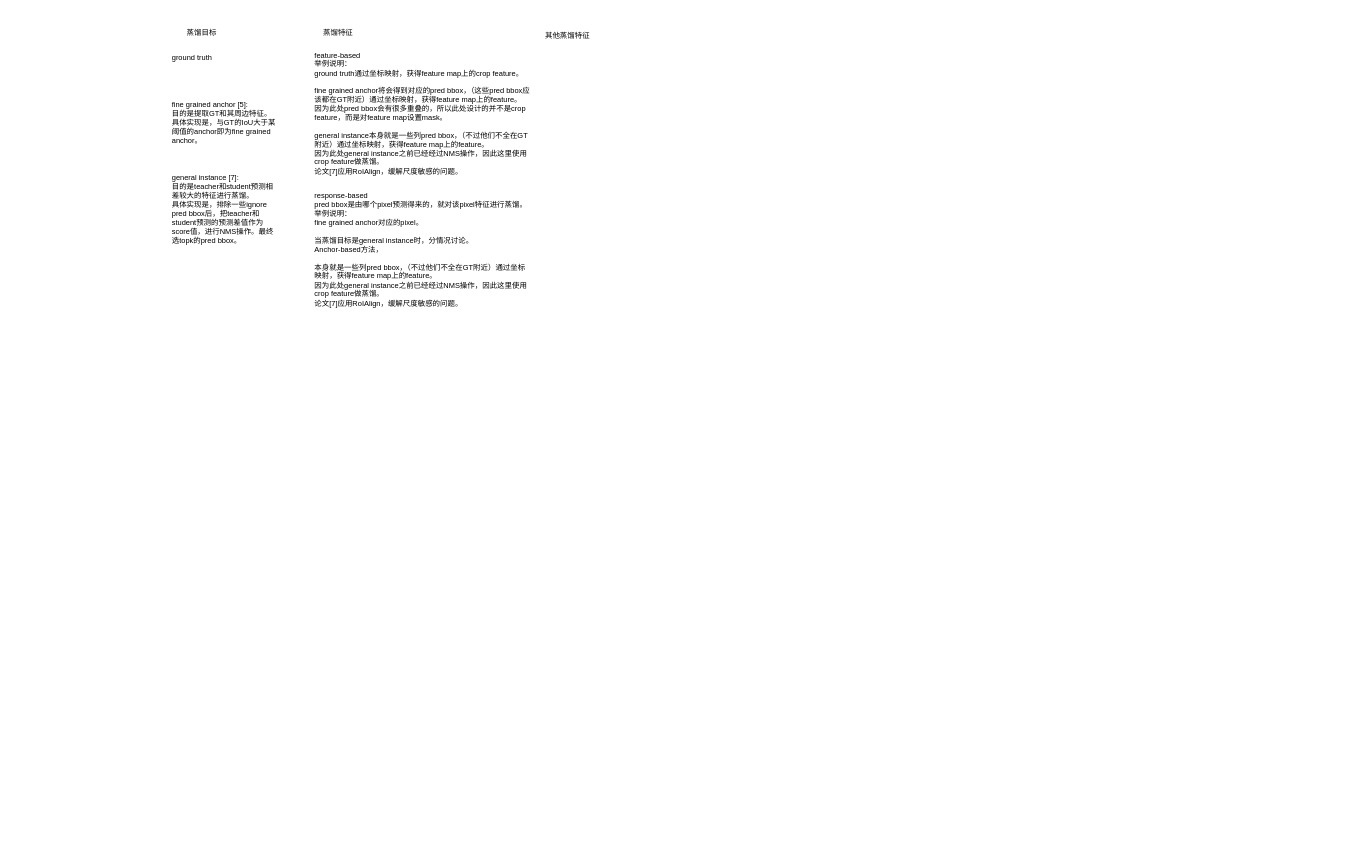
Above: kd_总结.drawio in wennieWN/UML (draw.io), before the change. Source tidied: cells renumbered, new cells numbered last; positions are measured from the earlier drawing's top-left corner, leaving out a move shared by most shapes. Both pictures are drawn from the tidied source at 62%, with x=0, y=0 at pixel (170, 26).
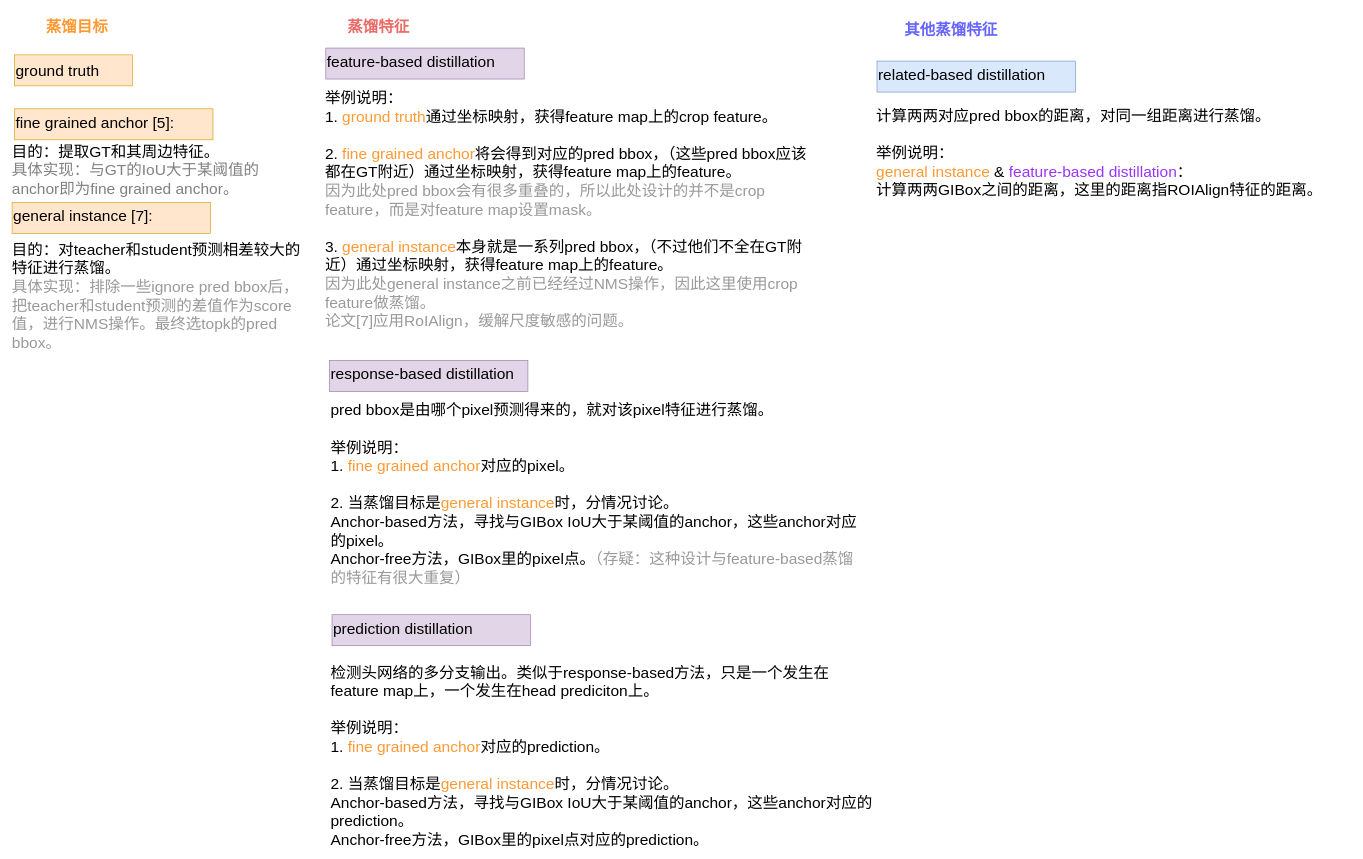
Above is the later version.

What changed in the source:
```diff
@@
 <mxGraphModel>
   <root>
     <mxCell id="0" />
     <mxCell id="1" parent="0" />
-    <mxCell id="2" value="蒸馏目标" style="text;html=1;strokeColor=none;fillColor=none;align=center;verticalAlign=middle;whiteSpace=wrap;rounded=0;" parent="1" vertex="1">
-      <mxGeometry width="100" height="20" as="geometry" />
+    <mxCell id="2" value="蒸馏目标" style="text;html=1;strokeColor=none;fillColor=none;align=center;verticalAlign=middle;whiteSpace=wrap;rounded=0;labelBackgroundColor=#ffffff;fontSize=25;fontColor=#FF9933;fontStyle=1;" parent="1" vertex="1">
+      <mxGeometry x="-242" y="-25.5" width="182" height="48" as="geometry" />
     </mxCell>
-    <mxCell id="3" value="蒸馏特征" style="text;html=1;strokeColor=none;fillColor=none;align=center;verticalAlign=middle;whiteSpace=wrap;rounded=0;" parent="1" vertex="1">
-      <mxGeometry x="220" width="100" height="20" as="geometry" />
+    <mxCell id="3" value="蒸馏特征" style="text;html=1;strokeColor=none;fillColor=none;align=center;verticalAlign=middle;whiteSpace=wrap;rounded=0;fontSize=25;fontStyle=1;fontColor=#EA6B66;" parent="1" vertex="1">
+      <mxGeometry x="260" y="-23" width="150" height="43" as="geometry" />
     </mxCell>
-    <mxCell id="4" value="其他蒸馏特征" style="text;html=1;strokeColor=none;fillColor=none;align=center;verticalAlign=middle;whiteSpace=wrap;rounded=0;" parent="1" vertex="1">
-      <mxGeometry x="580" width="120" height="30" as="geometry" />
+    <mxCell id="4" value="其他蒸馏特征" style="text;html=1;strokeColor=none;fillColor=none;align=center;verticalAlign=middle;whiteSpace=wrap;rounded=0;fontColor=#6666FF;fontStyle=1;fontSize=25;" parent="1" vertex="1">
+      <mxGeometry x="1161" y="-17" width="195" height="43" as="geometry" />
     </mxCell>
-    <mxCell id="5" value="ground truth" style="text;html=1;strokeColor=none;fillColor=none;align=left;verticalAlign=middle;whiteSpace=wrap;rounded=0;" parent="1" vertex="1">
-      <mxGeometry y="40" width="100" height="20" as="geometry" />
+    <mxCell id="5" value="ground truth" style="text;html=1;strokeColor=#d79b00;fillColor=#ffe6cc;align=left;verticalAlign=middle;whiteSpace=wrap;rounded=0;fontSize=25;" parent="1" vertex="1">
+      <mxGeometry x="-252" y="46" width="190" height="50" as="geometry" />
     </mxCell>
-    <mxCell id="6" value="feature-based&lt;br&gt;举例说明：&lt;br&gt;ground truth通过坐标映射，获得feature map上的crop feature。&lt;br&gt;&lt;br&gt;fine grained anchor将会得到对应的pred bbox，（这些pred bbox应该都在GT附近）通过坐标映射，获得feature map上的feature。&lt;br&gt;因为此处pred bbox会有很多重叠的，所以此处设计的并不是crop feature，而是对feature map设置mask。&lt;br&gt;&lt;br&gt;general instance本身就是一些列pred bbox，（不过他们不全在GT附近）通过坐标映射，获得feature map上的feature。&lt;br&gt;因为此处general instance之前已经经过NMS操作，因此这里使用crop feature做蒸馏。&lt;br&gt;论文[7]应用RoIAlign，缓解尺度敏感的问题。" style="text;html=1;strokeColor=none;fillColor=none;align=left;verticalAlign=middle;whiteSpace=wrap;rounded=0;" parent="1" vertex="1">
-      <mxGeometry x="230" y="40" width="350" height="200" as="geometry" />
+    <mxCell id="6" value="举例说明：&lt;br style=&quot;font-size: 25px;&quot;&gt;1. &lt;font color=&quot;#ff9933&quot; style=&quot;font-size: 25px;&quot;&gt;ground truth&lt;/font&gt;通过坐标映射，获得feature map上的crop feature。&lt;br style=&quot;font-size: 25px;&quot;&gt;&lt;br style=&quot;font-size: 25px;&quot;&gt;2. &lt;font color=&quot;#ff9933&quot; style=&quot;font-size: 25px;&quot;&gt;fine grained anchor&lt;/font&gt;将会得到对应的pred bbox，（这些pred bbox应该都在GT附近）通过坐标映射，获得feature map上的feature。&lt;br style=&quot;font-size: 25px;&quot;&gt;&lt;font color=&quot;#999999&quot; style=&quot;font-size: 25px;&quot;&gt;因为此处pred bbox会有很多重叠的，所以此处设计的并不是crop feature，而是对feature map设置mask。&lt;/font&gt;&lt;br style=&quot;font-size: 25px;&quot;&gt;&lt;br style=&quot;font-size: 25px;&quot;&gt;3. &lt;font color=&quot;#ff9933&quot; style=&quot;font-size: 25px;&quot;&gt;general instance&lt;/font&gt;本身就是一系列pred bbox，（不过他们不全在GT附近）通过坐标映射，获得feature map上的feature。&lt;br style=&quot;font-size: 25px;&quot;&gt;&lt;font color=&quot;#999999&quot; style=&quot;font-size: 25px;&quot;&gt;因为此处general instance之前已经经过NMS操作，因此这里使用crop feature做蒸馏。&lt;br style=&quot;font-size: 25px;&quot;&gt;论文[7]应用RoIAlign，缓解尺度敏感的问题。&lt;/font&gt;" style="text;html=1;strokeColor=none;fillColor=none;align=left;verticalAlign=middle;whiteSpace=wrap;rounded=0;fontSize=25;" parent="1" vertex="1">
+      <mxGeometry x="247" y="96" width="793" height="396" as="geometry" />
     </mxCell>
-    <mxCell id="7" value="fine grained anchor [5]:&lt;br&gt;目的是提取GT和其周边特征。具体实现是，与GT的IoU大于某阈值的anchor即为fine grained anchor。" style="text;html=1;strokeColor=none;fillColor=none;align=left;verticalAlign=middle;whiteSpace=wrap;rounded=0;" parent="1" vertex="1">
-      <mxGeometry y="100" width="170" height="110" as="geometry" />
+    <mxCell id="7" value="目的：提取GT和其周边特征。&lt;br style=&quot;font-size: 25px;&quot;&gt;&lt;font color=&quot;#808080&quot; style=&quot;font-size: 25px;&quot;&gt;具体实现：与GT的IoU大于某阈值的anchor即为fine grained anchor。&lt;/font&gt;" style="text;html=1;strokeColor=none;fillColor=none;align=left;verticalAlign=middle;whiteSpace=wrap;rounded=0;fontSize=25;" parent="1" vertex="1">
+      <mxGeometry x="-258" y="201" width="476" height="60" as="geometry" />
     </mxCell>
-    <mxCell id="8" value="general instance [7]:&lt;br&gt;目的是teacher和student预测相差较大的特征进行蒸馏。&lt;br&gt;具体实现是，排除一些ignore pred bbox后，把teacher和student预测的预测差值作为score值，进行NMS操作。最终选topk的pred bbox。" style="text;html=1;strokeColor=none;fillColor=none;align=left;verticalAlign=middle;whiteSpace=wrap;rounded=0;" parent="1" vertex="1">
-      <mxGeometry y="240" width="170" height="110" as="geometry" />
+    <mxCell id="8" value="目的：对teacher和student预测相差较大的特征进行蒸馏。&lt;br style=&quot;font-size: 25px;&quot;&gt;&lt;font color=&quot;#999999&quot; style=&quot;font-size: 25px;&quot;&gt;具体实现：排除一些ignore pred bbox后，把teacher和student预测的差值作为score值，进行NMS操作。最终选topk的pred bbox。&lt;/font&gt;" style="text;html=1;strokeColor=none;fillColor=none;align=left;verticalAlign=middle;whiteSpace=wrap;rounded=0;fontSize=25;" parent="1" vertex="1">
+      <mxGeometry x="-258" y="313" width="482" height="242" as="geometry" />
     </mxCell>
-    <mxCell id="9" value="response-based&lt;br&gt;pred bbox是由哪个pixel预测得来的，就对该pixel特征进行蒸馏。&lt;br&gt;举例说明：&lt;br&gt;fine grained anchor对应的pixel。&lt;br&gt;&lt;br&gt;当蒸馏目标是general instance时，分情况讨论。&lt;br&gt;Anchor-based方法，&lt;br&gt;&lt;br&gt;本身就是一些列pred bbox，（不过他们不全在GT附近）通过坐标映射，获得feature map上的feature。&lt;br&gt;因为此处general instance之前已经经过NMS操作，因此这里使用crop feature做蒸馏。&lt;br&gt;论文[7]应用RoIAlign，缓解尺度敏感的问题。" style="text;html=1;strokeColor=none;fillColor=none;align=left;verticalAlign=middle;whiteSpace=wrap;rounded=0;" parent="1" vertex="1">
-      <mxGeometry x="230" y="260" width="350" height="200" as="geometry" />
+    <mxCell id="9" value="pred bbox是由哪个pixel预测得来的，就对该pixel特征进行蒸馏。&lt;br style=&quot;font-size: 25px;&quot;&gt;&lt;br style=&quot;font-size: 25px;&quot;&gt;举例说明：&lt;br style=&quot;font-size: 25px;&quot;&gt;1. &lt;font color=&quot;#ff9933&quot; style=&quot;font-size: 25px;&quot;&gt;fine grained anchor&lt;/font&gt;对应的pixel。&lt;br style=&quot;font-size: 25px;&quot;&gt;&lt;br style=&quot;font-size: 25px;&quot;&gt;2. 当蒸馏目标是&lt;font color=&quot;#ff9933&quot; style=&quot;font-size: 25px;&quot;&gt;general instance&lt;/font&gt;时，分情况讨论。&lt;br style=&quot;font-size: 25px;&quot;&gt;&lt;span style=&quot;font-size: 25px;&quot;&gt;Anchor-based方法，&lt;/span&gt;&lt;span style=&quot;font-size: 25px;&quot;&gt;寻找与GIBox IoU大于某阈值的anchor，这些anchor对应的pixel。&lt;/span&gt;&lt;br style=&quot;font-size: 25px;&quot;&gt;&lt;blockquote style=&quot;margin: 0px 0px 0px 40px; border: none; padding: 0px; font-size: 25px;&quot;&gt;&lt;/blockquote&gt;&lt;span style=&quot;font-size: 25px;&quot;&gt;Anchor-free方法，&lt;/span&gt;GIBox里的pixel点。&lt;font color=&quot;#999999&quot; style=&quot;font-size: 25px;&quot;&gt;（存疑：这种设计与feature-based蒸馏的特征有很大重复）&lt;/font&gt;" style="text;html=1;strokeColor=none;fillColor=none;align=left;verticalAlign=middle;whiteSpace=wrap;rounded=0;fontSize=25;" parent="1" vertex="1">
+      <mxGeometry x="256" y="678" width="865" height="150" as="geometry" />
     </mxCell>
+    <mxCell id="10" value="检测头网络的多分支输出。类似于response-based方法，只是一个发生在feature map上，一个发生在head prediciton上。&lt;br style=&quot;font-size: 25px;&quot;&gt;&lt;br style=&quot;font-size: 25px;&quot;&gt;举例说明：&lt;br style=&quot;font-size: 25px;&quot;&gt;1. &lt;font color=&quot;#ff9933&quot; style=&quot;font-size: 25px;&quot;&gt;fine grained anchor&lt;/font&gt;对应的prediction。&lt;br style=&quot;font-size: 25px;&quot;&gt;&lt;br style=&quot;font-size: 25px;&quot;&gt;2. 当蒸馏目标是&lt;font color=&quot;#ff9933&quot; style=&quot;font-size: 25px;&quot;&gt;general instance&lt;/font&gt;时，分情况讨论。&lt;br style=&quot;font-size: 25px;&quot;&gt;Anchor-based方法，寻找与GIBox IoU大于某阈值的anchor，这些anchor对应的prediction。&lt;br style=&quot;font-size: 25px;&quot;&gt;Anchor-free方法，GIBox里的pixel点对应的prediction。" style="text;html=1;strokeColor=none;fillColor=none;align=left;verticalAlign=middle;whiteSpace=wrap;rounded=0;fontSize=25;" parent="1" vertex="1">
+      <mxGeometry x="256" y="1101" width="882" height="150" as="geometry" />
+    </mxCell>
+    <mxCell id="11" value="计算两两对应pred bbox的距离，对同一组距离进行蒸馏。&lt;br style=&quot;font-size: 25px;&quot;&gt;&lt;br style=&quot;font-size: 25px;&quot;&gt;举例说明：&lt;br style=&quot;font-size: 25px;&quot;&gt;&lt;font color=&quot;#ff9933&quot; style=&quot;font-size: 25px;&quot;&gt;general instance&lt;/font&gt; &amp;amp;&lt;font color=&quot;#9933ff&quot; style=&quot;font-size: 25px;&quot;&gt; feature-based distillation&lt;/font&gt;：&lt;br style=&quot;font-size: 25px;&quot;&gt;计算两两GIBox之间的距离，这里的距离指ROIAlign特征的距离。" style="text;html=1;strokeColor=none;fillColor=none;align=left;verticalAlign=middle;whiteSpace=wrap;rounded=0;fontSize=25;" parent="1" vertex="1">
+      <mxGeometry x="1136" y="35" width="770" height="335" as="geometry" />
+    </mxCell>
+    <mxCell id="12" value="&lt;span style=&quot;color: rgb(0, 0, 0); font-family: helvetica; font-size: 25px; font-style: normal; font-weight: 400; letter-spacing: normal; text-align: left; text-indent: 0px; text-transform: none; word-spacing: 0px; display: inline; float: none;&quot;&gt;fine grained anchor [5]:&lt;/span&gt;" style="text;whiteSpace=wrap;html=1;fillColor=#ffe6cc;strokeColor=#d79b00;fontSize=25;" parent="1" vertex="1">
+      <mxGeometry x="-252" y="133" width="320" height="50" as="geometry" />
+    </mxCell>
+    <mxCell id="13" value="&lt;span style=&quot;color: rgb(0, 0, 0); font-family: helvetica; font-size: 25px; font-style: normal; font-weight: 400; letter-spacing: normal; text-align: left; text-indent: 0px; text-transform: none; word-spacing: 0px; display: inline; float: none;&quot;&gt;general instance [7]:&lt;/span&gt;" style="text;whiteSpace=wrap;html=1;fillColor=#ffe6cc;strokeColor=#d79b00;fontSize=25;" parent="1" vertex="1">
+      <mxGeometry x="-256" y="284" width="320" height="50" as="geometry" />
+    </mxCell>
+    <mxCell id="14" value="&lt;span style=&quot;color: rgb(0, 0, 0); font-family: helvetica; font-size: 25px; font-style: normal; font-weight: 400; letter-spacing: normal; text-align: left; text-indent: 0px; text-transform: none; word-spacing: 0px; display: inline; float: none;&quot;&gt;feature-based distillation&lt;/span&gt;" style="text;whiteSpace=wrap;html=1;fontSize=25;fillColor=#e1d5e7;strokeColor=#9673a6;" parent="1" vertex="1">
+      <mxGeometry x="250" y="35" width="320" height="50" as="geometry" />
+    </mxCell>
+    <mxCell id="15" value="&lt;span style=&quot;font-size: 25px;&quot;&gt;response-based&amp;nbsp;&lt;/span&gt;&lt;span style=&quot;font-family: helvetica; font-size: 25px;&quot;&gt;distillation&lt;/span&gt;" style="text;whiteSpace=wrap;html=1;fontSize=25;fillColor=#e1d5e7;strokeColor=#9673a6;" parent="1" vertex="1">
+      <mxGeometry x="256" y="539" width="320" height="50" as="geometry" />
+    </mxCell>
+    <mxCell id="16" value="&lt;span style=&quot;color: rgb(0, 0, 0); font-family: helvetica; font-size: 25px; font-style: normal; font-weight: 400; letter-spacing: normal; text-align: left; text-indent: 0px; text-transform: none; word-spacing: 0px; display: inline; float: none;&quot;&gt;prediction distillation&lt;/span&gt;" style="text;whiteSpace=wrap;html=1;fontSize=25;fillColor=#e1d5e7;strokeColor=#9673a6;" parent="1" vertex="1">
+      <mxGeometry x="260" y="949" width="320" height="50" as="geometry" />
+    </mxCell>
+    <mxCell id="17" value="&lt;span style=&quot;color: rgb(0, 0, 0); font-family: helvetica; font-size: 25px; font-style: normal; font-weight: 400; letter-spacing: normal; text-align: left; text-indent: 0px; text-transform: none; word-spacing: 0px; display: inline; float: none;&quot;&gt;related-based&amp;nbsp;&lt;/span&gt;&lt;span style=&quot;font-family: helvetica; font-size: 25px;&quot;&gt;distillation&lt;/span&gt;" style="text;whiteSpace=wrap;html=1;fontSize=25;fillColor=#dae8fc;strokeColor=#6c8ebf;" parent="1" vertex="1">
+      <mxGeometry x="1139" y="56" width="320" height="50" as="geometry" />
+    </mxCell>
   </root>
 </mxGraphModel>
```
